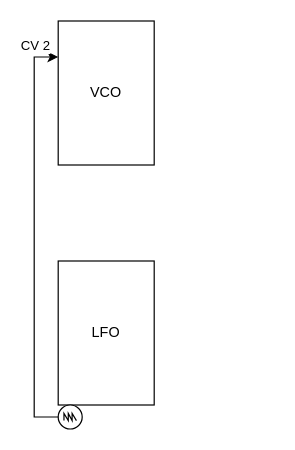
Earlier version of the draw.io diagram 05-Analog-Synthesis/07-Car Alarm/Unbenanntes Diagramm.drawio (SEM-Mozarteum/sem-meko). Source tidied: cells renumbered, new cells numbered last; positions are measured from the earlier drawing's top-left corner, leaving out a move shared by most shapes. Both pictures are drawn from the tidied source at 120%, with x=0, y=0 at pixel (34, 20).
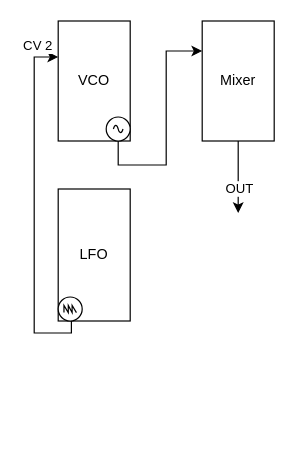
The same diagram, later.

Commit message:
car alarm

What changed in the source:
```diff
@@
 <mxGraphModel>
   <root>
     <mxCell id="0" />
     <mxCell id="1" parent="0" />
+    <mxCell id="7" style="edgeStyle=orthogonalEdgeStyle;rounded=0;jettySize=auto;html=1;exitX=0.5;exitY=1;exitDx=0;exitDy=0;entryX=0;entryY=0.25;entryDx=0;entryDy=0;exitPerimeter=0;" parent="1" edge="1" source="11" target="10">
+      <mxGeometry relative="1" as="geometry">
+        <Array as="points">
+          <mxPoint x="70" y="120" />
+          <mxPoint x="110" y="120" />
+          <mxPoint x="110" y="25" />
+        </Array>
+      </mxGeometry>
+    </mxCell>
     <mxCell id="2" value="VCO" style="rounded=0;whiteSpace=wrap;html=1;" parent="1" vertex="1">
-      <mxGeometry x="20" width="80" height="120" as="geometry" />
+      <mxGeometry x="20" width="60" height="100" as="geometry" />
     </mxCell>
     <mxCell id="3" value="LFO" style="rounded=0;whiteSpace=wrap;html=1;" parent="1" vertex="1">
-      <mxGeometry x="20" y="200" width="80" height="120" as="geometry" />
+      <mxGeometry x="20" y="140" width="60" height="110" as="geometry" />
     </mxCell>
     <mxCell id="4" style="verticalLabelPosition=bottom;shadow=0;dashed=0;align=center;html=1;verticalAlign=top;shape=mxgraph.electrical.signal_sources.source;points=[[0.5,0,0],[1,0.5,0],[0.5,1,0],[0,0.5,0]];elSignalType=sawtooth;flipH=1;legacyAnchorPoints=0;" parent="1" vertex="1">
-      <mxGeometry x="20" y="320" width="20" height="20" as="geometry" />
+      <mxGeometry x="20" y="230" width="20" height="20" as="geometry" />
     </mxCell>
-    <mxCell id="5" style="edgeStyle=orthogonalEdgeStyle;rounded=0;jettySize=auto;html=1;entryX=0;entryY=0.25;entryDx=0;entryDy=0;" parent="1" edge="1" source="4" target="2">
+    <mxCell id="5" style="edgeStyle=orthogonalEdgeStyle;rounded=0;orthogonalLoop=1;jettySize=auto;html=1;" parent="1" edge="1">
       <mxGeometry relative="1" as="geometry">
+        <mxPoint x="31" y="250" as="sourcePoint" />
+        <mxPoint x="20" y="30" as="targetPoint" />
         <Array as="points">
-          <mxPoint y="330" />
+          <mxPoint x="31" y="260" />
+          <mxPoint y="260" />
           <mxPoint y="30" />
         </Array>
       </mxGeometry>
     </mxCell>
     <mxCell id="6" value="CV 2" style="edgeLabel;html=1;align=center;verticalAlign=middle;" parent="5" vertex="1">
       <mxGeometry x="0.93" y="1" relative="1" as="geometry">
         <mxPoint x="-8" y="-9" as="offset" />
       </mxGeometry>
     </mxCell>
+    <mxCell id="8" style="edgeStyle=orthogonalEdgeStyle;rounded=0;jettySize=auto;html=1;" parent="1" edge="1" source="10">
+      <mxGeometry relative="1" as="geometry">
+        <mxPoint x="170" y="160" as="targetPoint" />
+      </mxGeometry>
+    </mxCell>
+    <mxCell id="9" value="OUT" style="edgeLabel;html=1;align=center;verticalAlign=middle;" parent="8" vertex="1">
+      <mxGeometry x="0.86" relative="1" as="geometry">
+        <mxPoint y="-16" as="offset" />
+      </mxGeometry>
+    </mxCell>
+    <mxCell id="10" value="Mixer" style="rounded=0;whiteSpace=wrap;html=1;" parent="1" vertex="1">
+      <mxGeometry x="140" width="60" height="100" as="geometry" />
+    </mxCell>
+    <mxCell id="11" style="verticalLabelPosition=bottom;shadow=0;dashed=0;align=center;html=1;verticalAlign=top;shape=mxgraph.electrical.signal_sources.source;points=[[0.5,0,0],[1,0.5,0],[0.5,1,0],[0,0.5,0]];elSignalType=ac;" parent="1" vertex="1">
+      <mxGeometry x="60" y="80" width="20" height="20" as="geometry" />
+    </mxCell>
   </root>
 </mxGraphModel>
```
